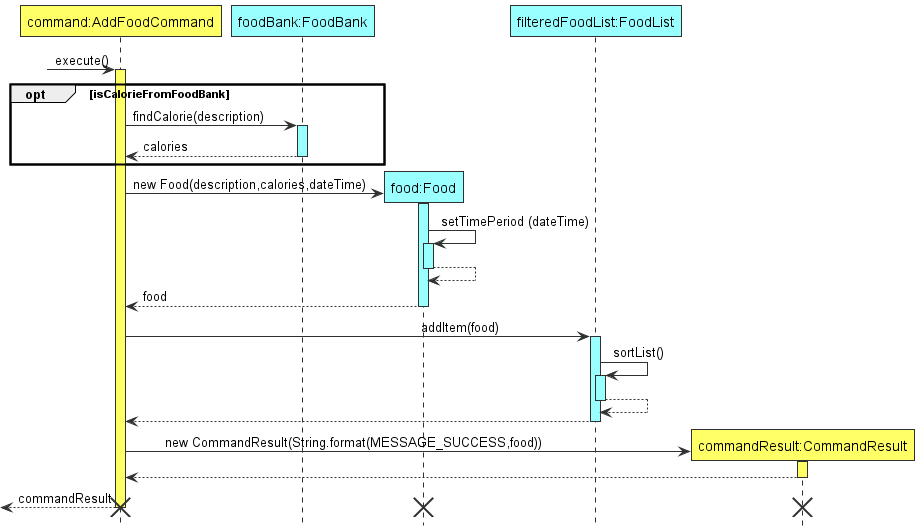
Earlier version of the PlantUML export docs/images/AddFoodItemSequenceDiagram.png (tryyang2001/tp).
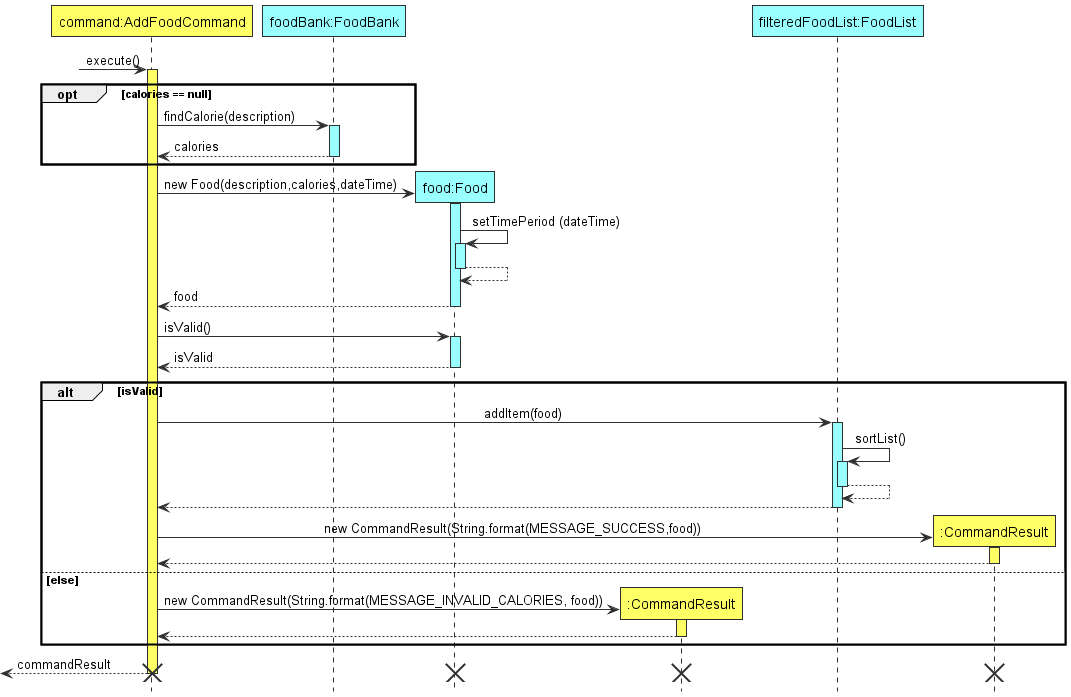
Later version of the same file.

Commit message:
update DG diagram and some explanations, change enum to all CAPS, update architecturediagram

Change to the diagram source:
```diff
@@ -9,7 +9,7 @@
 ?->AddFoodCommand :execute()
 activate AddFoodCommand LOGIC_COLOUR
 
-opt isCalorieFromFoodBank
+opt calories == null
     AddFoodCommand -> FoodBank : findCalorie(description)
     activate FoodBank DATA_COLOUR
     FoodBank --> AddFoodCommand : calories
@@ -24,22 +24,35 @@
 Food --> AddFoodCommand : food
 deactivate Food
 
-participant "filteredFoodList:FoodList" As FoodList DATA_COLOUR
-participant "commandResult:CommandResult" As CommandResult LOGIC_COLOUR
-AddFoodCommand -> FoodList : \t\t\t\t\t\t\t\t\taddItem(food)
-activate FoodList DATA_COLOUR
-FoodList -> FoodList ++  DATA_COLOUR: sortList()
-FoodList --> FoodList --
-FoodList --> AddFoodCommand
-deactivate FoodList
-AddFoodCommand -> CommandResult **: \tnew CommandResult(String.format(MESSAGE_SUCCESS,food))
-activate CommandResult LOGIC_COLOUR
-CommandResult --> AddFoodCommand
-deactivate CommandResult
+AddFoodCommand -> Food : isValid()
+activate Food DATA_COLOUR
+participant ":CommandResult" As CommandResult1 LOGIC_COLOUR
+Food --> AddFoodCommand :isValid
+deactivate Food
+alt isValid
+    participant "filteredFoodList:FoodList" As FoodList DATA_COLOUR
+    participant ":CommandResult" As CommandResult LOGIC_COLOUR
+    AddFoodCommand -> FoodList : \t\t\t\t\t\t\t\t\t\taddItem(food)
+    activate FoodList DATA_COLOUR
+    FoodList -> FoodList ++  DATA_COLOUR: sortList()
+    FoodList --> FoodList --
+    FoodList --> AddFoodCommand
+    deactivate FoodList
+    AddFoodCommand -> CommandResult **: \t\t\t\t\tnew CommandResult(String.format(MESSAGE_SUCCESS,food))
+    activate CommandResult LOGIC_COLOUR
+    CommandResult --> AddFoodCommand
+    deactivate CommandResult
+else else
+    AddFoodCommand -> CommandResult1 **: new CommandResult(String.format(MESSAGE_INVALID_CALORIES, food))
+    activate CommandResult1 LOGIC_COLOUR
+    CommandResult1 --> AddFoodCommand
+    deactivate CommandResult1
+end
 
-?<-- AddFoodCommand : commandResult\t
+?<-- AddFoodCommand : commandResult\t\t
 deactivate AddFoodCommand
 destroy Food
 destroy CommandResult
+destroy CommandResult1
 destroy AddFoodCommand
 @enduml
```
